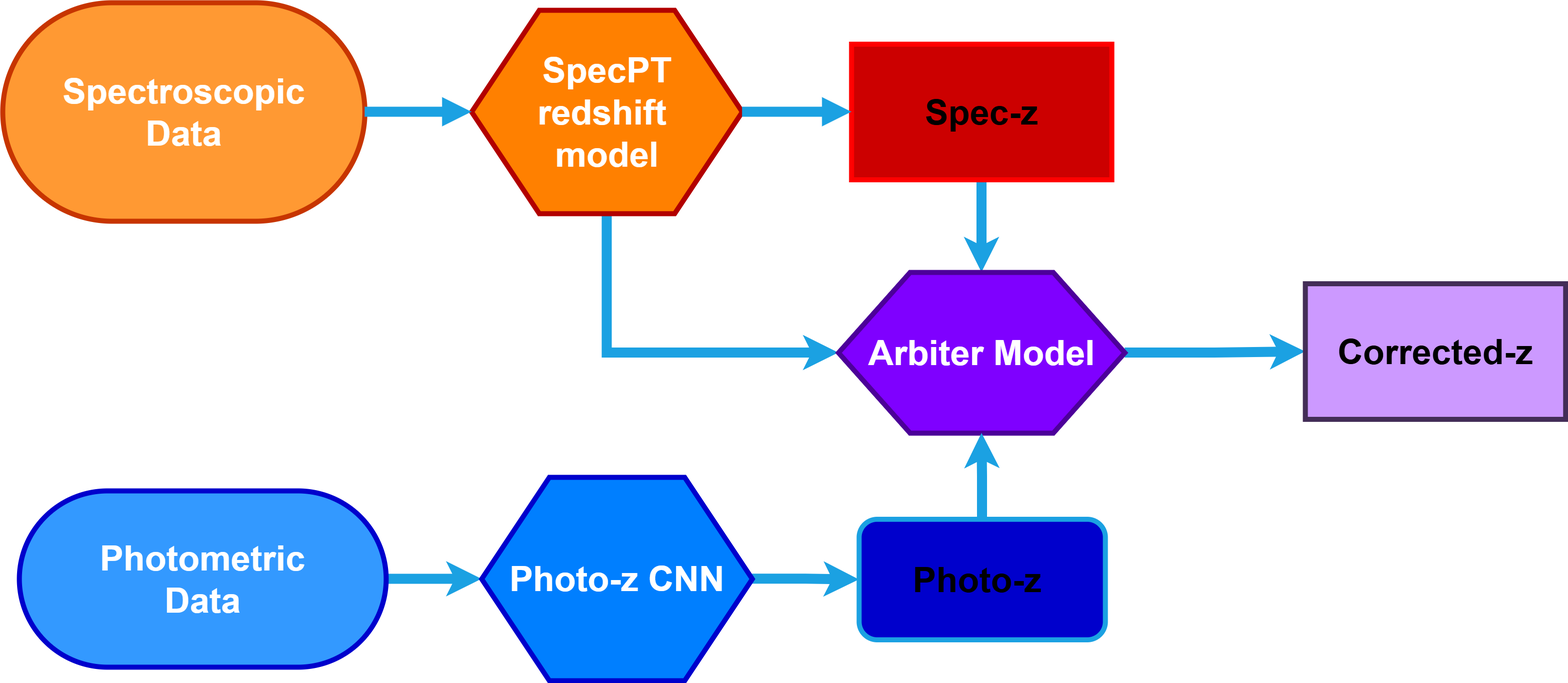
Before: figs/photo_z_pipline.png, a diagram exported from draw.io (CliveKBinu/STSCI_2026). Source tidied: cells renumbered, new cells last; positions are measured from the earlier drawing's top-left corner, leaving out a move shared by most shapes. The source it was exported from:
```xml
<mxGraphModel>
  <root>
    <mxCell id="0" />
    <mxCell id="1" parent="0" />
    <mxCell id="2" value="Spectroscopic&#10;Data" style="rounded=1;whiteSpace=wrap;arcSize=50;strokeWidth=10;fillColor=#FF9933;fontColor=#ffffff;strokeColor=#C73500;fontStyle=1;fontFamily=Helvetica;fontSize=70;" parent="1" vertex="1">
      <mxGeometry width="720.5" height="435" as="geometry" />
    </mxCell>
    <mxCell id="3" style="edgeStyle=orthogonalEdgeStyle;rounded=0;jettySize=auto;html=1;entryX=0;entryY=0.5;entryDx=0;entryDy=0;strokeColor=#1BA1E2;strokeWidth=20;" parent="1" edge="1" source="4" target="10">
      <mxGeometry relative="1" as="geometry">
        <Array as="points">
          <mxPoint x="1202" y="697" />
        </Array>
      </mxGeometry>
    </mxCell>
    <mxCell id="4" value="SpecPT&lt;br&gt;redshift&amp;nbsp;&lt;div&gt;model&lt;/div&gt;" style="shape=hexagon;perimeter=hexagonPerimeter2;whiteSpace=wrap;html=1;strokeWidth=10;fillColor=#FF8000;fontColor=#ffffff;strokeColor=#B20000;fontStyle=1;fontFamily=Helvetica;fontSize=70;align=center;verticalAlign=middle;" parent="1" vertex="1">
      <mxGeometry x="933" y="15" width="538.5" height="405" as="geometry" />
    </mxCell>
    <mxCell id="5" style="edgeStyle=orthogonalEdgeStyle;rounded=0;jettySize=auto;html=1;entryX=0.5;entryY=0;entryDx=0;entryDy=0;strokeColor=#1BA1E2;strokeWidth=20;" parent="1" edge="1" source="6" target="10">
      <mxGeometry relative="1" as="geometry" />
    </mxCell>
    <mxCell id="6" value="Spec-z" style="whiteSpace=wrap;strokeWidth=10;fillColor=#CC0000;fontColor=#000000;strokeColor=#FF0000;fontStyle=1;fontFamily=Helvetica;fontSize=70;" parent="1" vertex="1">
      <mxGeometry x="1688.9" y="82.5" width="517.9" height="270" as="geometry" />
    </mxCell>
    <mxCell id="7" style="edgeStyle=orthogonalEdgeStyle;rounded=0;jettySize=auto;html=1;entryX=0;entryY=0.5;entryDx=0;entryDy=0;strokeColor=#1BA1E2;strokeWidth=20;" parent="1" edge="1" source="8" target="15">
      <mxGeometry relative="1" as="geometry" />
    </mxCell>
    <mxCell id="8" value="Photometric&#10;Data" style="rounded=1;whiteSpace=wrap;arcSize=50;strokeWidth=10;fillColor=light-dark(#3399FF,#069997);fontColor=#ffffff;strokeColor=#0000CC;fontStyle=1;fontFamily=Helvetica;fontSize=70;" parent="1" vertex="1">
      <mxGeometry x="33" y="972" width="729.9" height="351" as="geometry" />
    </mxCell>
    <mxCell id="9" style="edgeStyle=orthogonalEdgeStyle;rounded=0;jettySize=auto;html=1;strokeColor=#1BA1E2;strokeWidth=20;fontFamily=Helvetica;" parent="1" edge="1" source="10" target="11">
      <mxGeometry relative="1" as="geometry" />
    </mxCell>
    <mxCell id="10" value="Arbiter Model" style="shape=hexagon;perimeter=hexagonPerimeter2;whiteSpace=wrap;html=1;strokeWidth=10;fillColor=#7F00FF;fontColor=#ffffff;strokeColor=#4C0099;fontStyle=1;fontFamily=Helvetica;fontSize=70;align=center;verticalAlign=middle;" parent="1" vertex="1">
      <mxGeometry x="1663" y="537" width="569.8" height="320" as="geometry" />
    </mxCell>
    <mxCell id="11" value="Corrected-z" style="whiteSpace=wrap;strokeWidth=10;fillColor=#CC99FF;fontColor=#000000;strokeColor=#432D57;fontStyle=1;fontFamily=Helvetica;fontSize=70;" parent="1" vertex="1">
      <mxGeometry x="2591.9" y="559.5" width="517.9" height="270" as="geometry" />
    </mxCell>
    <mxCell id="12" style="curved=1;startArrow=none;endArrow=block;exitX=1;exitY=0.5;entryX=0;entryY=0.5;rounded=0;strokeWidth=20;strokeColor=#1ba1e2;fontFamily=Helvetica;" parent="1" edge="1" source="2" target="4">
      <mxGeometry relative="1" as="geometry" />
    </mxCell>
    <mxCell id="13" style="curved=0;startArrow=none;endArrow=block;exitX=1;exitY=0.5;entryX=0;entryY=0.5;rounded=0;strokeWidth=20;strokeColor=#1ba1e2;fontFamily=Helvetica;" parent="1" edge="1" source="4" target="6">
      <mxGeometry relative="1" as="geometry" />
    </mxCell>
    <mxCell id="14" style="edgeStyle=orthogonalEdgeStyle;rounded=0;jettySize=auto;html=1;strokeColor=#1BA1E2;strokeWidth=20;" parent="1" edge="1" source="15" target="17">
      <mxGeometry relative="1" as="geometry" />
    </mxCell>
    <mxCell id="15" value="Photo-z CNN" style="shape=hexagon;perimeter=hexagonPerimeter2;whiteSpace=wrap;html=1;strokeWidth=10;fillColor=#007FFF;fontColor=#ffffff;strokeColor=#0000CC;fontStyle=1;fontFamily=Helvetica;fontSize=70;align=center;verticalAlign=middle;" parent="1" vertex="1">
      <mxGeometry x="953" y="945" width="538.5" height="405" as="geometry" />
    </mxCell>
    <mxCell id="16" style="edgeStyle=orthogonalEdgeStyle;rounded=0;jettySize=auto;html=1;strokeColor=#1BA1E2;strokeWidth=20;" parent="1" edge="1" source="17" target="10">
      <mxGeometry relative="1" as="geometry" />
    </mxCell>
    <mxCell id="17" value="&lt;span style=&quot;font-size: 70px; font-weight: 700;&quot;&gt;&lt;font style=&quot;color: light-dark(rgb(0, 0, 0), rgb(18, 18, 18));&quot;&gt;Photo-z&amp;nbsp;&lt;/font&gt;&lt;/span&gt;" style="rounded=1;whiteSpace=wrap;html=1;fillColor=#0000CC;strokeColor=#1BA1E2;strokeWidth=10;" parent="1" vertex="1">
      <mxGeometry x="1704" y="1028.5" width="490" height="240" as="geometry" />
    </mxCell>
  </root>
</mxGraphModel>
```
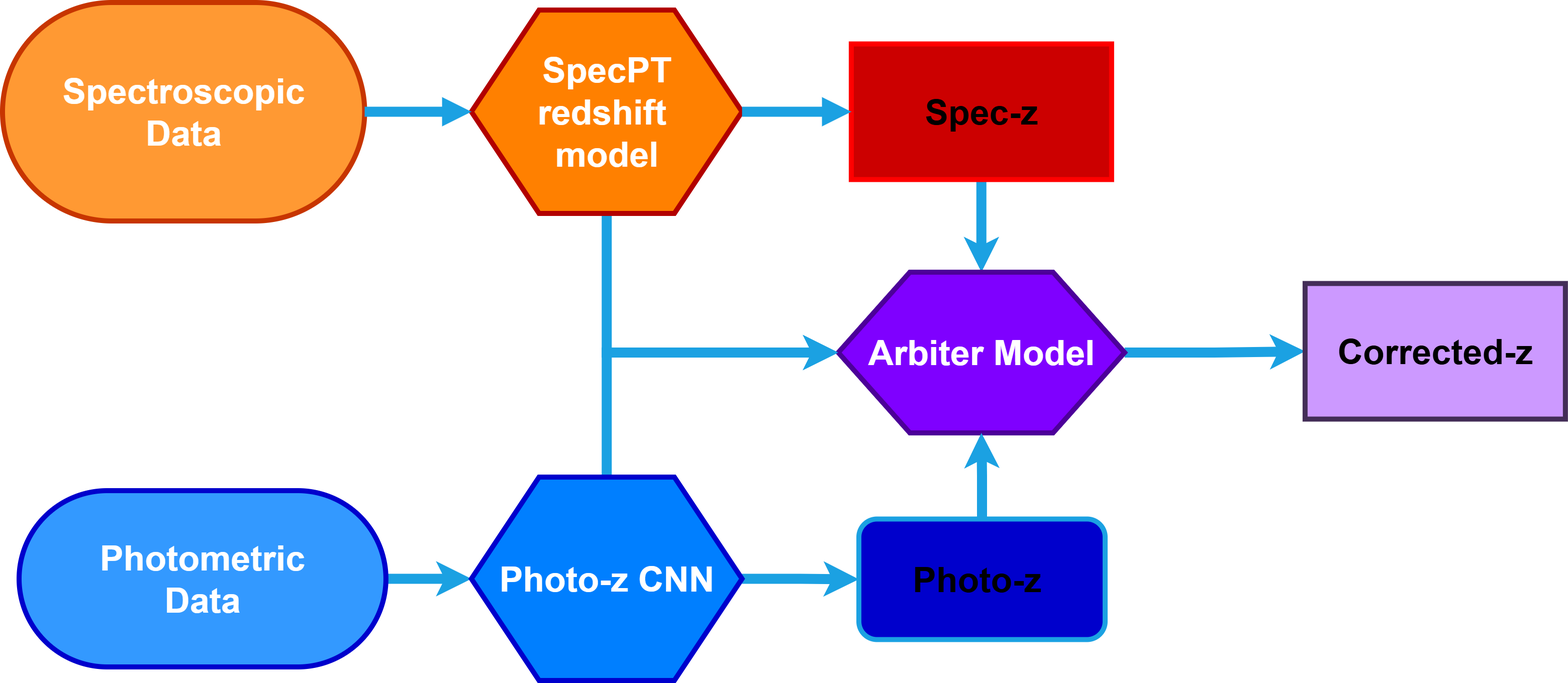
After the commit.

Commit message:
Update photometric pipeline figure

The edit, as a diff of the source:
```diff
@@ -45,8 +45,11 @@
     <mxCell id="14" style="edgeStyle=orthogonalEdgeStyle;rounded=0;jettySize=auto;html=1;strokeColor=#1BA1E2;strokeWidth=20;" parent="1" edge="1" source="15" target="17">
       <mxGeometry relative="1" as="geometry" />
     </mxCell>
+    <mxCell id="18" style="edgeStyle=orthogonalEdgeStyle;rounded=0;jettySize=auto;html=1;exitX=0.5;exitY=0;exitDx=0;exitDy=0;entryX=0;entryY=0.5;entryDx=0;entryDy=0;strokeWidth=20;strokeColor=#1BA1E2;" parent="1" edge="1" source="15" target="10">
+      <mxGeometry relative="1" as="geometry" />
+    </mxCell>
     <mxCell id="15" value="Photo-z CNN" style="shape=hexagon;perimeter=hexagonPerimeter2;whiteSpace=wrap;html=1;strokeWidth=10;fillColor=#007FFF;fontColor=#ffffff;strokeColor=#0000CC;fontStyle=1;fontFamily=Helvetica;fontSize=70;align=center;verticalAlign=middle;" parent="1" vertex="1">
-      <mxGeometry x="953" y="945" width="538.5" height="405" as="geometry" />
+      <mxGeometry x="933" y="945" width="538.5" height="405" as="geometry" />
     </mxCell>
     <mxCell id="16" style="edgeStyle=orthogonalEdgeStyle;rounded=0;jettySize=auto;html=1;strokeColor=#1BA1E2;strokeWidth=20;" parent="1" edge="1" source="17" target="10">
       <mxGeometry relative="1" as="geometry" />
```
